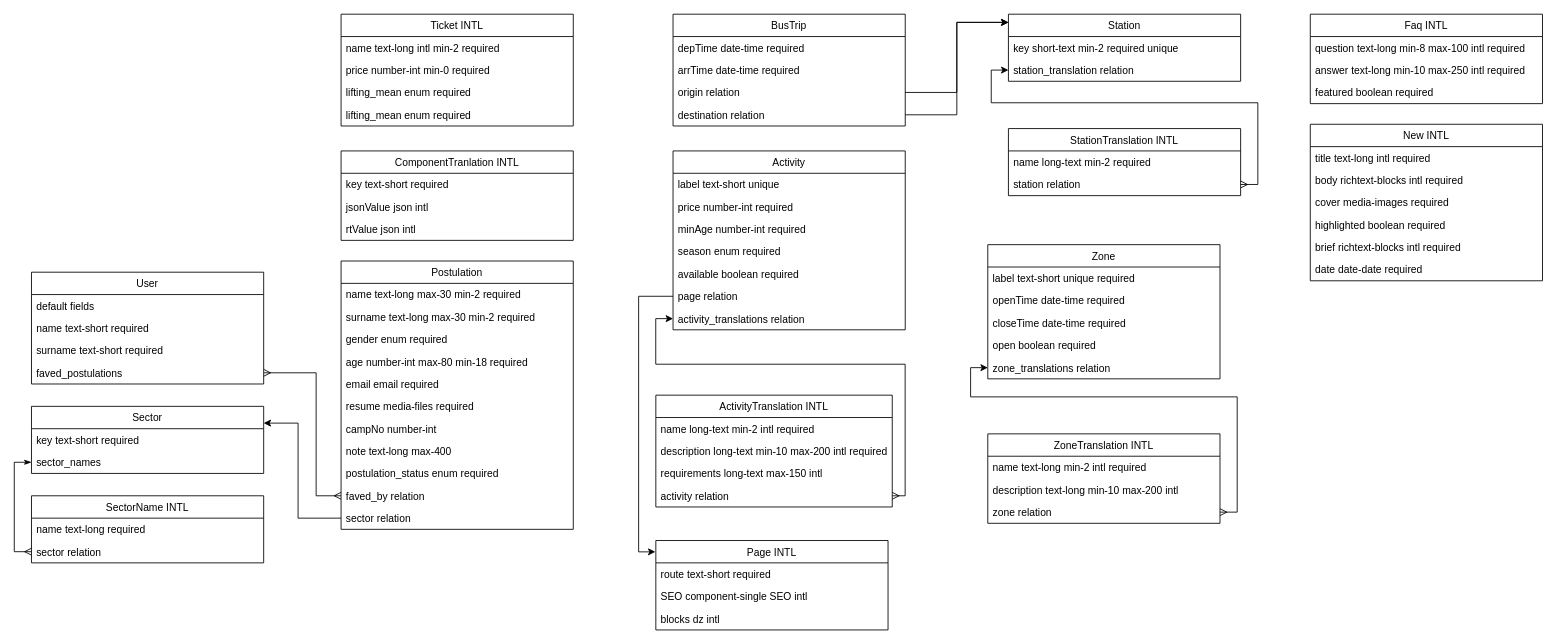
Before: public/DER.drawio in TelefericoCerroOtto/TelefericoBariloche2024, a draw.io diagram. Source tidied: cells renumbered, new cells numbered last; positions are measured from the earlier drawing's top-left corner, leaving out a move shared by most shapes. Both pictures are drawn from the tidied source at 86%, with x=0, y=0 at pixel (31, 14).
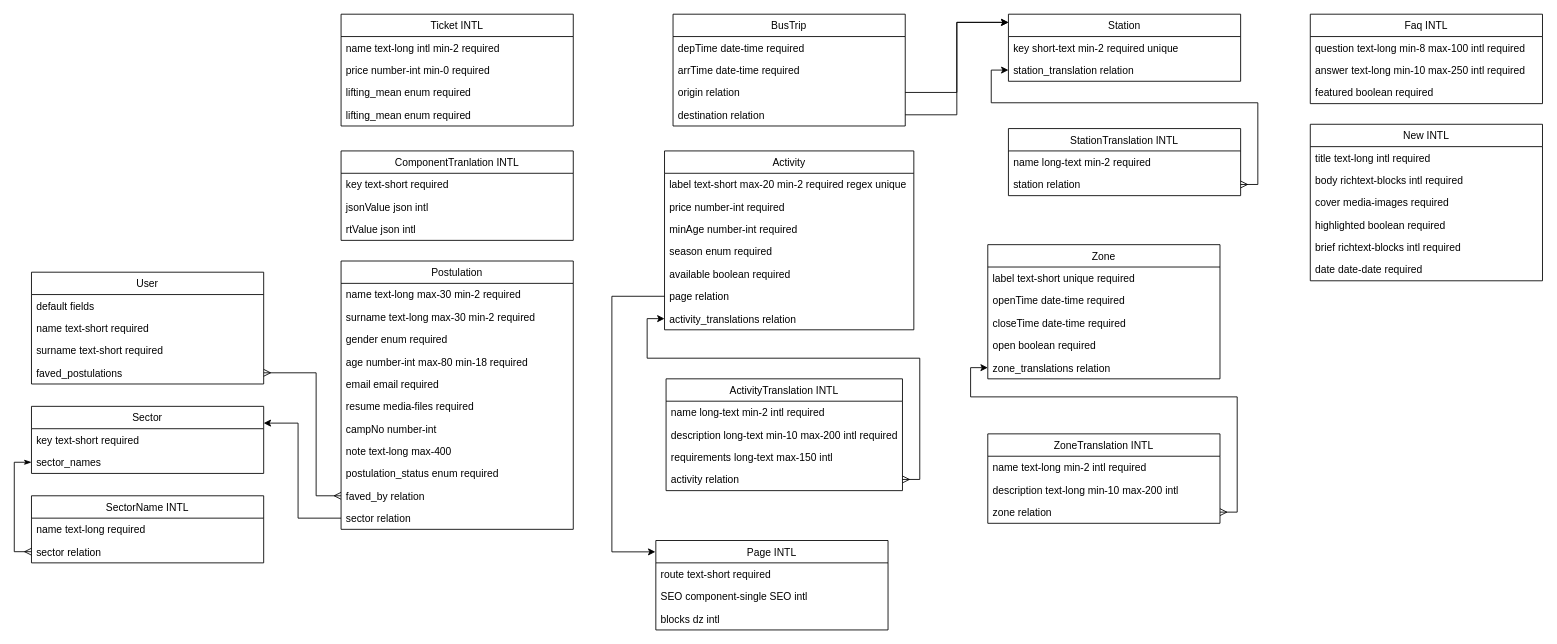
After the change.

Commit message:
feat(root/diagrams): update DER diagram

The change refers to these unchanged cells:
```xml
<mxCell id="30" value="activity relation" style="text;align=left;verticalAlign=top;spacingLeft=4;spacingRight=4;overflow=hidden;points=[[0,0.5],[1,0.5]];portConstraint=eastwest;rounded=0;shadow=0;html=0;" parent="26" vertex="1">
  <mxGeometry y="104" width="274.9" height="26" as="geometry" />
</mxCell>
<mxCell id="31" value="Page INTL" style="swimlane;fontStyle=0;align=center;verticalAlign=top;horizontal=1;startSize=26;rounded=0;shadow=0;strokeWidth=1;" parent="1" vertex="1">
  <mxGeometry x="726.1" y="612" width="270" height="104" as="geometry" />
</mxCell>
```

The edit, as a diff of the source:
```diff
@@
     <mxCell id="2" value="Activity" style="swimlane;fontStyle=0;align=center;verticalAlign=top;horizontal=1;startSize=26;rounded=0;shadow=0;strokeWidth=1;" parent="1" vertex="1">
-      <mxGeometry x="746.1" y="159" width="270" height="208" as="geometry" />
+      <mxGeometry x="736.2" y="159" width="289.9" height="208" as="geometry" />
     </mxCell>
-    <mxCell id="3" value="label text-short unique" style="text;align=left;verticalAlign=top;spacingLeft=4;spacingRight=4;overflow=hidden;" parent="2" vertex="1">
-      <mxGeometry y="26" width="270" height="26" as="geometry" />
+    <mxCell id="3" value="label text-short max-20 min-2 required regex unique" style="text;align=left;verticalAlign=top;spacingLeft=4;spacingRight=4;overflow=hidden;" parent="2" vertex="1">
+      <mxGeometry y="26" width="289.9" height="26" as="geometry" />
     </mxCell>
     <mxCell id="4" value="price number-int required" style="text;align=left;verticalAlign=top;spacingLeft=4;spacingRight=4;overflow=hidden;rounded=0;shadow=0;html=0;" parent="2" vertex="1">
-      <mxGeometry y="52" width="270" height="26" as="geometry" />
+      <mxGeometry y="52" width="289.9" height="26" as="geometry" />
     </mxCell>
     <mxCell id="5" value="minAge number-int required" style="text;align=left;verticalAlign=top;spacingLeft=4;spacingRight=4;overflow=hidden;rounded=0;shadow=0;html=0;" parent="2" vertex="1">
-      <mxGeometry y="78" width="270" height="26" as="geometry" />
+      <mxGeometry y="78" width="289.9" height="26" as="geometry" />
     </mxCell>
     <mxCell id="6" value="season enum required" style="text;align=left;verticalAlign=top;spacingLeft=4;spacingRight=4;overflow=hidden;rounded=0;shadow=0;html=0;" parent="2" vertex="1">
-      <mxGeometry y="104" width="270" height="26" as="geometry" />
+      <mxGeometry y="104" width="289.9" height="26" as="geometry" />
     </mxCell>
     <mxCell id="7" value="available boolean required" style="text;align=left;verticalAlign=top;spacingLeft=4;spacingRight=4;overflow=hidden;rounded=0;shadow=0;html=0;" parent="2" vertex="1">
-      <mxGeometry y="130" width="270" height="26" as="geometry" />
+      <mxGeometry y="130" width="289.9" height="26" as="geometry" />
     </mxCell>
     <mxCell id="8" value="page relation" style="text;align=left;verticalAlign=top;spacingLeft=4;spacingRight=4;overflow=hidden;points=[[0,0.5],[1,0.5]];portConstraint=eastwest;rounded=0;shadow=0;html=0;" parent="2" vertex="1">
-      <mxGeometry y="156" width="270" height="26" as="geometry" />
+      <mxGeometry y="156" width="289.9" height="26" as="geometry" />
     </mxCell>
     <mxCell id="9" value="activity_translations relation" style="text;align=left;verticalAlign=top;spacingLeft=4;spacingRight=4;overflow=hidden;points=[[0,0.5],[1,0.5]];portConstraint=eastwest;rounded=0;shadow=0;html=0;" parent="2" vertex="1">
-      <mxGeometry y="182" width="270" height="26" as="geometry" />
+      <mxGeometry y="182" width="289.9" height="26" as="geometry" />
     </mxCell>
@@
     <mxCell id="26" value="ActivityTranslation INTL" style="swimlane;fontStyle=0;align=center;verticalAlign=top;horizontal=1;startSize=26;rounded=0;shadow=0;strokeWidth=1;" parent="1" vertex="1">
-      <mxGeometry x="726.1" y="443" width="274.9" height="130" as="geometry" />
+      <mxGeometry x="738" y="424" width="274.9" height="130" as="geometry" />
     </mxCell>
@@
     <mxCell id="76" style="edgeStyle=orthogonalEdgeStyle;rounded=0;jettySize=auto;html=1;entryX=-0.002;entryY=0.127;entryDx=0;entryDy=0;entryPerimeter=0;endArrow=classic;endFill=1;" parent="1" edge="1" source="8" target="31">
-      <mxGeometry relative="1" as="geometry" />
+      <mxGeometry relative="1" as="geometry">
+        <Array as="points">
+          <mxPoint x="675" y="328" />
+          <mxPoint x="675" y="625" />
+        </Array>
+      </mxGeometry>
     </mxCell>
@@
     <mxCell id="91" style="edgeStyle=orthogonalEdgeStyle;rounded=0;jettySize=auto;html=1;entryX=1;entryY=0.5;entryDx=0;entryDy=0;endArrow=ERmany;endFill=0;startArrow=classic;startFill=1;" parent="1" edge="1" source="9" target="30">
       <mxGeometry relative="1" as="geometry">
         <Array as="points">
-          <mxPoint x="726" y="354" />
-          <mxPoint x="726" y="407" />
-          <mxPoint x="1016" y="407" />
-          <mxPoint x="1016" y="560" />
+          <mxPoint x="716" y="354" />
+          <mxPoint x="716" y="400" />
+          <mxPoint x="1033" y="400" />
+          <mxPoint x="1033" y="541" />
         </Array>
       </mxGeometry>
     </mxCell>
```
